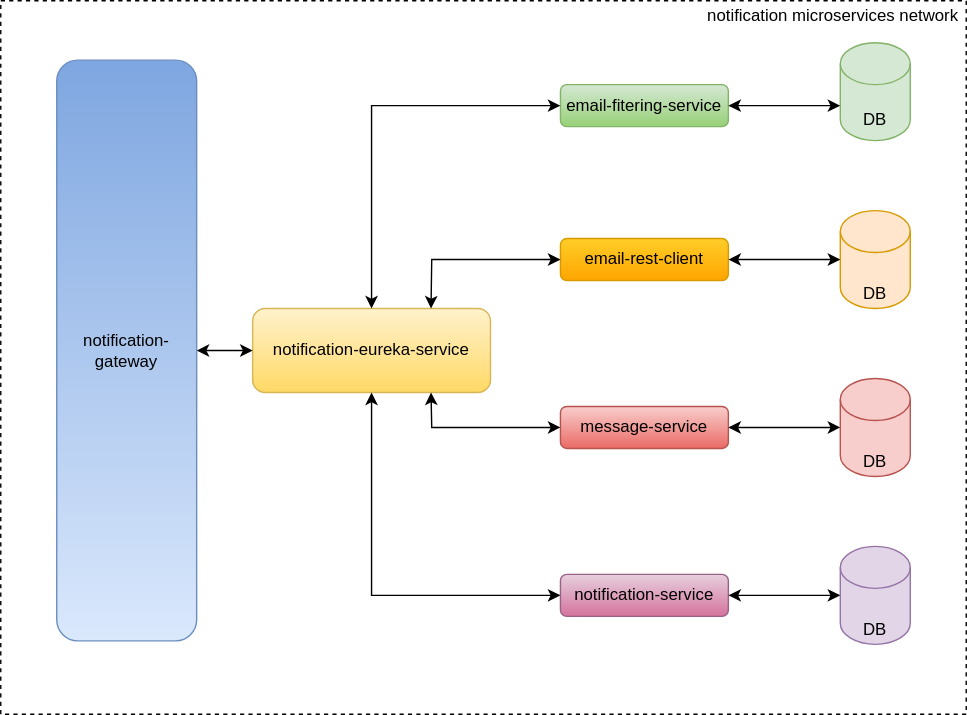
konopkagrzegorz/notification-microservices keeps this draw.io diagram as notification-microservices-overview.svg. Above is the earlier version. Source tidied: cells renumbered, new cells last; positions are measured from the earlier drawing's top-left corner, leaving out a move shared by most shapes. Source of this version:
```xml
<mxGraphModel>
  <root>
    <mxCell id="0" />
    <mxCell id="1" parent="0" />
    <mxCell id="2" style="rounded=0;whiteSpace=wrap;html=1;" parent="1" vertex="1">
      <mxGeometry x="330" y="240" width="120" height="60" as="geometry" />
    </mxCell>
    <mxCell id="3" style="rounded=0;whiteSpace=wrap;html=1;dashed=1;" parent="1" vertex="1">
      <mxGeometry width="690" height="510" as="geometry" />
    </mxCell>
    <mxCell id="4" value="notification microservices network" style="text;html=1;strokeColor=none;fillColor=none;align=center;verticalAlign=middle;whiteSpace=wrap;rounded=0;dashed=1;" parent="1" vertex="1">
      <mxGeometry x="500" y="10" width="190" as="geometry" />
    </mxCell>
    <mxCell id="5" style="shape=cylinder3;whiteSpace=wrap;html=1;boundedLbl=1;backgroundOutline=1;size=15;fillColor=#d5e8d4;strokeColor=#82b366;" parent="1" vertex="1">
      <mxGeometry x="600" y="30" width="50" height="70" as="geometry" />
    </mxCell>
    <mxCell id="6" style="shape=cylinder3;whiteSpace=wrap;html=1;boundedLbl=1;backgroundOutline=1;size=15;fillColor=#ffe6cc;strokeColor=#d79b00;" parent="1" vertex="1">
      <mxGeometry x="600" y="150" width="50" height="70" as="geometry" />
    </mxCell>
    <mxCell id="7" style="shape=cylinder3;whiteSpace=wrap;html=1;boundedLbl=1;backgroundOutline=1;size=15;fillColor=#e1d5e7;strokeColor=#9673a6;" parent="1" vertex="1">
      <mxGeometry x="600" y="390" width="50" height="70" as="geometry" />
    </mxCell>
    <mxCell id="8" value="DB" style="text;html=1;strokeColor=none;fillColor=none;align=center;verticalAlign=middle;whiteSpace=wrap;rounded=0;" parent="1" vertex="1">
      <mxGeometry x="615" y="70" width="20" height="30" as="geometry" />
    </mxCell>
    <mxCell id="9" value="DB" style="text;html=1;strokeColor=none;fillColor=none;align=center;verticalAlign=middle;whiteSpace=wrap;rounded=0;" parent="1" vertex="1">
      <mxGeometry x="615" y="195" width="20" height="30" as="geometry" />
    </mxCell>
    <mxCell id="10" value="DB" style="text;html=1;strokeColor=none;fillColor=none;align=center;verticalAlign=middle;whiteSpace=wrap;rounded=0;" parent="1" vertex="1">
      <mxGeometry x="615" y="435" width="20" height="30" as="geometry" />
    </mxCell>
    <mxCell id="11" value="email-fitering-service" style="rounded=1;whiteSpace=wrap;html=1;fillColor=#d5e8d4;gradientColor=#97d077;strokeColor=#82b366;" parent="1" vertex="1">
      <mxGeometry x="400" y="60" width="120" height="30" as="geometry" />
    </mxCell>
    <mxCell id="12" value="email-rest-client" style="rounded=1;whiteSpace=wrap;html=1;fillColor=#ffcd28;gradientColor=#ffa500;strokeColor=#d79b00;" parent="1" vertex="1">
      <mxGeometry x="400" y="170" width="120" height="30" as="geometry" />
    </mxCell>
    <mxCell id="13" value="message-service" style="rounded=1;whiteSpace=wrap;html=1;fillColor=#f8cecc;gradientColor=#ea6b66;strokeColor=#b85450;" parent="1" vertex="1">
      <mxGeometry x="400" y="290" width="120" height="30" as="geometry" />
    </mxCell>
    <mxCell id="14" style="shape=cylinder3;whiteSpace=wrap;html=1;boundedLbl=1;backgroundOutline=1;size=15;fillColor=#f8cecc;strokeColor=#b85450;" parent="1" vertex="1">
      <mxGeometry x="600" y="270" width="50" height="70" as="geometry" />
    </mxCell>
    <mxCell id="15" value="DB" style="text;html=1;strokeColor=none;fillColor=none;align=center;verticalAlign=middle;whiteSpace=wrap;rounded=0;" parent="1" vertex="1">
      <mxGeometry x="615" y="315" width="20" height="30" as="geometry" />
    </mxCell>
    <mxCell id="16" value="notification-service" style="rounded=1;whiteSpace=wrap;html=1;fillColor=#e6d0de;gradientColor=#d5739d;strokeColor=#996185;" parent="1" vertex="1">
      <mxGeometry x="400" y="410" width="120" height="30" as="geometry" />
    </mxCell>
    <mxCell id="17" value="notification-eureka-service" style="rounded=1;whiteSpace=wrap;html=1;fillColor=#fff2cc;gradientColor=#ffd966;strokeColor=#d6b656;" parent="1" vertex="1">
      <mxGeometry x="180" y="220" width="170" height="60" as="geometry" />
    </mxCell>
    <mxCell id="18" style="endArrow=classic;startArrow=classic;html=1;rounded=0;exitX=1;exitY=0.5;exitDx=0;exitDy=0;entryX=0;entryY=0;entryDx=0;entryDy=45;entryPerimeter=0;" parent="1" edge="1" source="11" target="5">
      <mxGeometry relative="1" as="geometry" />
    </mxCell>
    <mxCell id="19" style="endArrow=classic;startArrow=classic;html=1;rounded=0;entryX=1;entryY=0.5;entryDx=0;entryDy=0;exitX=0;exitY=0.5;exitDx=0;exitDy=0;exitPerimeter=0;" parent="1" edge="1" source="6" target="12">
      <mxGeometry relative="1" as="geometry" />
    </mxCell>
    <mxCell id="20" style="endArrow=classic;startArrow=classic;html=1;rounded=0;exitX=1;exitY=0.5;exitDx=0;exitDy=0;entryX=0;entryY=0.5;entryDx=0;entryDy=0;entryPerimeter=0;" parent="1" edge="1" source="13" target="14">
      <mxGeometry relative="1" as="geometry" />
    </mxCell>
    <mxCell id="21" value="notification-gateway" style="rounded=1;whiteSpace=wrap;html=1;direction=west;labelPosition=center;verticalLabelPosition=middle;align=center;verticalAlign=middle;textDirection=rtl;fillColor=#dae8fc;gradientColor=#7ea6e0;strokeColor=#6c8ebf;" parent="1" vertex="1">
      <mxGeometry x="40" y="42.5" width="100" height="415" as="geometry" />
    </mxCell>
    <mxCell id="22" style="endArrow=classic;startArrow=classic;html=1;rounded=0;exitX=1;exitY=0.5;exitDx=0;exitDy=0;entryX=0;entryY=0.5;entryDx=0;entryDy=0;entryPerimeter=0;" parent="1" edge="1" source="16" target="7">
      <mxGeometry relative="1" as="geometry" />
    </mxCell>
    <mxCell id="23" style="endArrow=classic;startArrow=classic;html=1;rounded=0;entryX=0.5;entryY=1;entryDx=0;entryDy=0;exitX=0;exitY=0.5;exitDx=0;exitDy=0;" parent="1" edge="1" source="16" target="17">
      <mxGeometry relative="1" as="geometry">
        <Array as="points">
          <mxPoint x="265" y="425" />
        </Array>
      </mxGeometry>
    </mxCell>
    <mxCell id="24" style="endArrow=classic;startArrow=classic;html=1;rounded=0;exitX=0.75;exitY=1;exitDx=0;exitDy=0;entryX=0;entryY=0.5;entryDx=0;entryDy=0;" parent="1" edge="1" source="17" target="13">
      <mxGeometry relative="1" as="geometry">
        <Array as="points">
          <mxPoint x="308" y="305" />
        </Array>
      </mxGeometry>
    </mxCell>
    <mxCell id="25" style="endArrow=classic;startArrow=classic;html=1;rounded=0;exitX=0.5;exitY=0;exitDx=0;exitDy=0;entryX=0;entryY=0.5;entryDx=0;entryDy=0;" parent="1" edge="1" source="17" target="11">
      <mxGeometry relative="1" as="geometry">
        <Array as="points">
          <mxPoint x="265" y="75" />
        </Array>
      </mxGeometry>
    </mxCell>
    <mxCell id="26" style="endArrow=classic;startArrow=classic;html=1;rounded=0;exitX=0;exitY=0.5;exitDx=0;exitDy=0;entryX=0.75;entryY=0;entryDx=0;entryDy=0;" parent="1" edge="1" source="12" target="17">
      <mxGeometry relative="1" as="geometry">
        <Array as="points">
          <mxPoint x="308" y="185" />
        </Array>
      </mxGeometry>
    </mxCell>
    <mxCell id="27" style="endArrow=classic;startArrow=classic;html=1;rounded=0;exitX=0;exitY=0.5;exitDx=0;exitDy=0;entryX=0;entryY=0.5;entryDx=0;entryDy=0;" parent="1" edge="1" source="21" target="17">
      <mxGeometry relative="1" as="geometry" />
    </mxCell>
  </root>
</mxGraphModel>
```
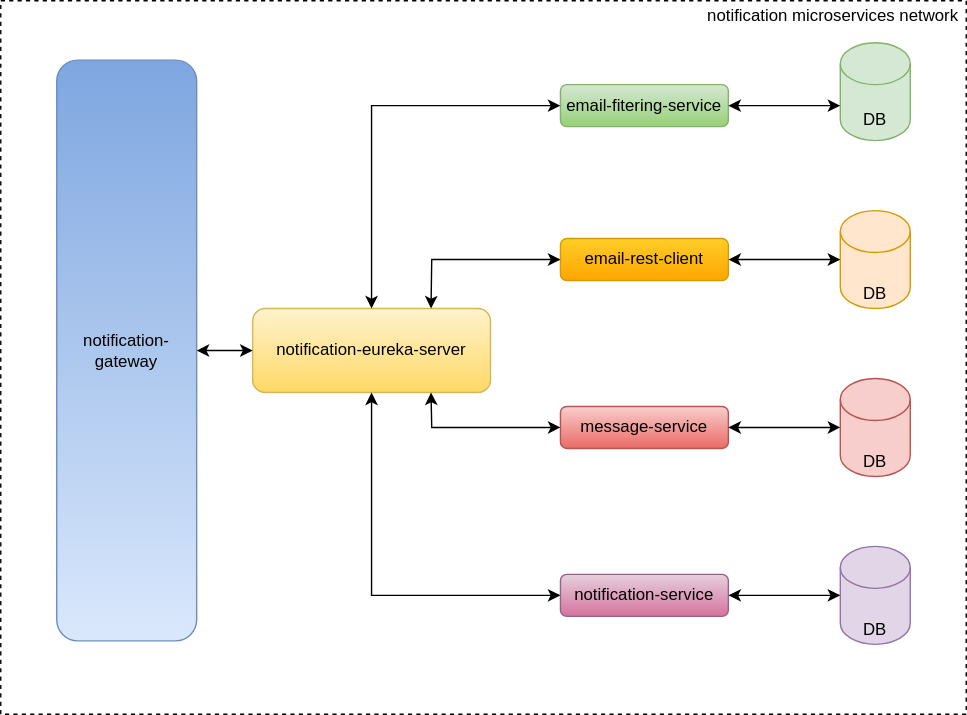
Above is the later version.

The edit, as a diff of the source:
```diff
@@ -47,7 +47,7 @@
     <mxCell id="16" value="notification-service" style="rounded=1;whiteSpace=wrap;html=1;fillColor=#e6d0de;gradientColor=#d5739d;strokeColor=#996185;" parent="1" vertex="1">
       <mxGeometry x="400" y="410" width="120" height="30" as="geometry" />
     </mxCell>
-    <mxCell id="17" value="notification-eureka-service" style="rounded=1;whiteSpace=wrap;html=1;fillColor=#fff2cc;gradientColor=#ffd966;strokeColor=#d6b656;" parent="1" vertex="1">
+    <mxCell id="17" value="&lt;div&gt;notification-eureka-server&lt;/div&gt;" style="rounded=1;whiteSpace=wrap;html=1;fillColor=#fff2cc;gradientColor=#ffd966;strokeColor=#d6b656;" parent="1" vertex="1">
       <mxGeometry x="180" y="220" width="170" height="60" as="geometry" />
     </mxCell>
     <mxCell id="18" style="endArrow=classic;startArrow=classic;html=1;rounded=0;exitX=1;exitY=0.5;exitDx=0;exitDy=0;entryX=0;entryY=0;entryDx=0;entryDy=45;entryPerimeter=0;" parent="1" edge="1" source="11" target="5">
```
